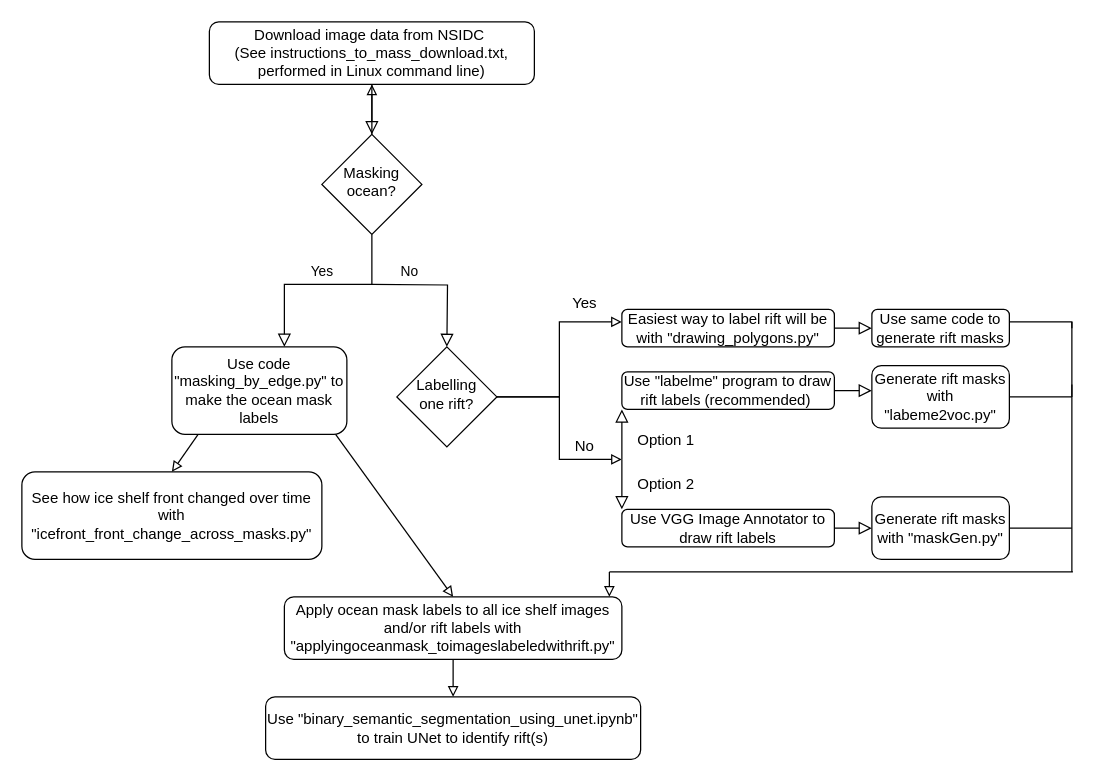
sssigma1216/Antarctic-fracture-detection keeps this draw.io diagram as Untitled Diagram.drawio. Above is the earlier version. Source tidied: cells renumbered, new cells numbered last; positions are measured from the earlier drawing's top-left corner, leaving out a move shared by most shapes. Both pictures are drawn from the tidied source at 125%, with x=0, y=0 at pixel (21, 21).
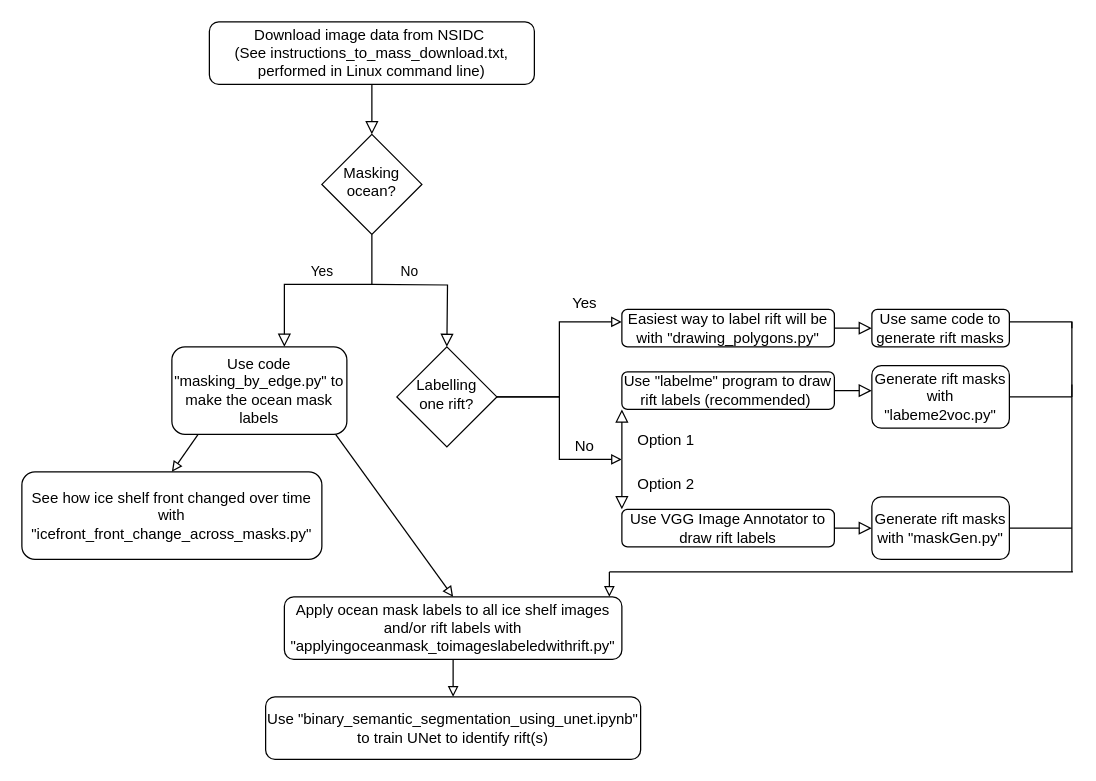
Above is the later version.

The change refers to these unchanged cells:
```xml
<mxCell id="3" value="Download image data from NSIDC&amp;nbsp;&lt;br&gt;(See instructions_to_mass_download.txt, performed in Linux command line)" style="rounded=1;whiteSpace=wrap;html=1;fontSize=12;glass=0;strokeWidth=1;shadow=0;" parent="1" vertex="1">
  <mxGeometry x="150" width="260" height="50" as="geometry" />
</mxCell>
<mxCell id="6" value="Masking ocean?" style="rhombus;whiteSpace=wrap;html=1;shadow=0;fontFamily=Helvetica;fontSize=12;align=center;strokeWidth=1;spacing=6;spacingTop=-4;" parent="1" vertex="1">
  <mxGeometry x="240" y="90" width="80" height="80" as="geometry" />
</mxCell>
```

Change to the diagram source:
```diff
@@
-    <mxCell id="5" style="edgeStyle=none;rounded=0;jettySize=auto;html=1;fontSize=12;endArrow=block;endFill=0;" parent="1" edge="1" source="6" target="3">
-      <mxGeometry relative="1" as="geometry" />
-    </mxCell>
```
